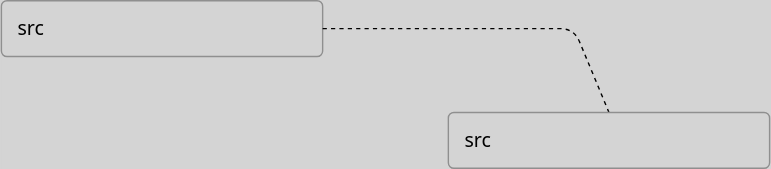
This is github.drawio.svg from rohanrehman/labs.tokyo.jp, a draw.io export, as it was before one commit. Source tidied: cells renumbered, new cells last; positions are measured from the earlier drawing's top-left corner, leaving out a move shared by most shapes.
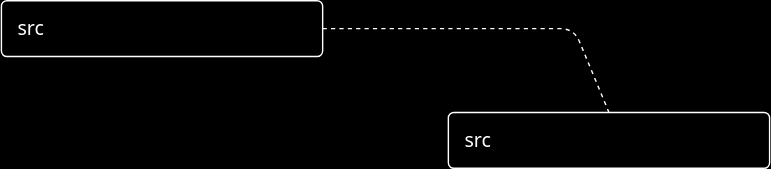
Above is the later version.

The edit, as a diff of the source:
```diff
@@ -1,18 +1,18 @@
-<mxGraphModel background="#D4D4D4">
+<mxGraphModel background="#000000">
   <root>
     <mxCell id="0" />
     <mxCell id="1" parent="0" />
-    <mxCell id="2" value="src" style="shape=ext;double=0;rounded=1;whiteSpace=wrap;html=1;arcSize=10;glass=0;fillColor=none;align=left;fontFamily=Noto Sans;fontSource=https%3A%2F%2Ffonts.googleapis.com%2Fcss%3Ffamily%3DNoto%2BSans;fontSize=14;spacingLeft=10;strokeColor=#8F8F8F;margin=0;noLabel=0;" parent="1" vertex="1">
+    <mxCell id="2" value="src" style="shape=ext;double=0;rounded=1;whiteSpace=wrap;html=1;arcSize=10;glass=0;align=left;fontFamily=Noto Sans;fontSource=https%3A%2F%2Ffonts.googleapis.com%2Fcss%3Ffamily%3DNoto%2BSans;fontSize=14;spacingLeft=10;margin=0;strokeColor=#FFFFFF;fillColor=none;fontColor=#FFFFFF;" parent="1" vertex="1">
       <mxGeometry width="230" height="40" as="geometry" />
     </mxCell>
-    <mxCell id="3" style="endArrow=none;dashed=1;html=1;rounded=1;exitX=1;exitY=0.5;exitDx=0;exitDy=0;entryX=0.5;entryY=0;entryDx=0;entryDy=0;flowAnimation=0;curved=0;" parent="1" edge="1" source="2" target="4">
+    <mxCell id="3" style="endArrow=none;dashed=1;html=1;rounded=1;exitX=1;exitY=0.5;exitDx=0;exitDy=0;entryX=0.5;entryY=0;entryDx=0;entryDy=0;flowAnimation=0;curved=0;strokeColor=#FFFFFF;" parent="1" edge="1" source="2" target="4">
       <mxGeometry relative="1" as="geometry">
         <Array as="points">
           <mxPoint x="410" y="20" />
         </Array>
       </mxGeometry>
     </mxCell>
-    <mxCell id="4" value="src" style="shape=ext;double=0;rounded=1;whiteSpace=wrap;html=1;arcSize=10;glass=0;fillColor=none;align=left;fontFamily=Noto Sans;fontSource=https%3A%2F%2Ffonts.googleapis.com%2Fcss%3Ffamily%3DNoto%2BSans;fontSize=14;spacingLeft=10;strokeColor=#8F8F8F;margin=0;noLabel=0;" parent="1" vertex="1">
+    <mxCell id="4" value="src" style="shape=ext;double=0;rounded=1;whiteSpace=wrap;html=1;arcSize=10;glass=0;align=left;fontFamily=Noto Sans;fontSource=https%3A%2F%2Ffonts.googleapis.com%2Fcss%3Ffamily%3DNoto%2BSans;fontSize=14;spacingLeft=10;margin=0;strokeColor=#FFFFFF;fillColor=none;fontColor=#FFFFFF;" parent="1" vertex="1">
       <mxGeometry x="320" y="80" width="230" height="40" as="geometry" />
     </mxCell>
   </root>
```
